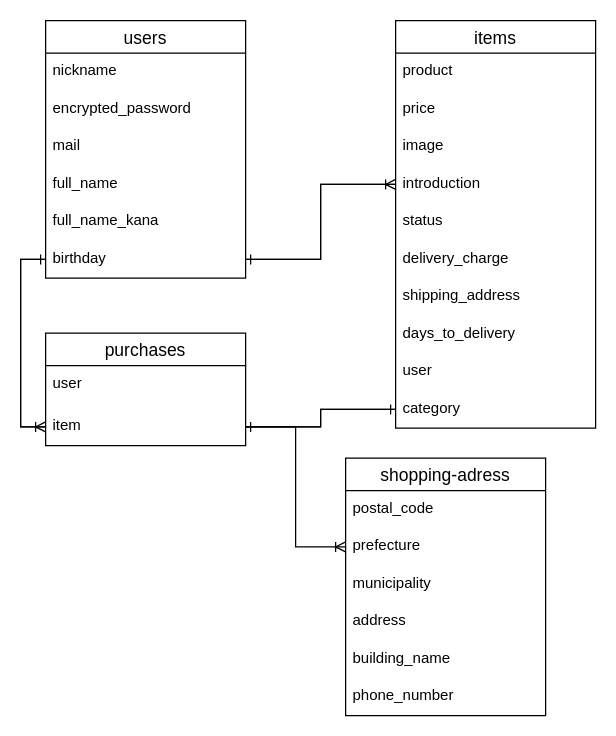
Before: furima.dio in shiori0221/furima-35917, a draw.io diagram. Source tidied: cells renumbered, new cells numbered last; positions are measured from the earlier drawing's top-left corner, leaving out a move shared by most shapes. Both pictures are drawn from the tidied source at 125%, with x=0, y=0 at pixel (45, 20).
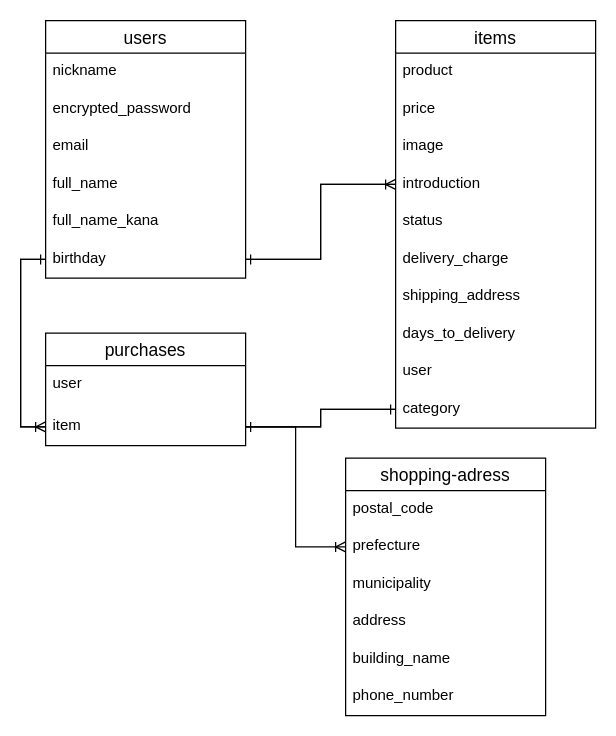
The same diagram, later.

Commit message (it also covers changes not shown here):
emailカラムに変更

Unchanged cells that the change refers to:
```xml
<mxCell id="2" value="users" style="swimlane;fontStyle=0;horizontal=1;startSize=26;align=center;fontSize=14;" parent="1" vertex="1">
  <mxGeometry width="160" height="206" as="geometry" />
</mxCell>
```

The edit, as a diff of the source:
```diff
@@
-    <mxCell id="5" value="mail" style="text;strokeColor=none;fillColor=none;spacingLeft=4;spacingRight=4;overflow=hidden;fontSize=12;" parent="2" vertex="1">
+    <mxCell id="5" value="email" style="text;strokeColor=none;fillColor=none;spacingLeft=4;spacingRight=4;overflow=hidden;fontSize=12;" parent="2" vertex="1">
       <mxGeometry y="86" width="160" height="30" as="geometry" />
     </mxCell>
```
